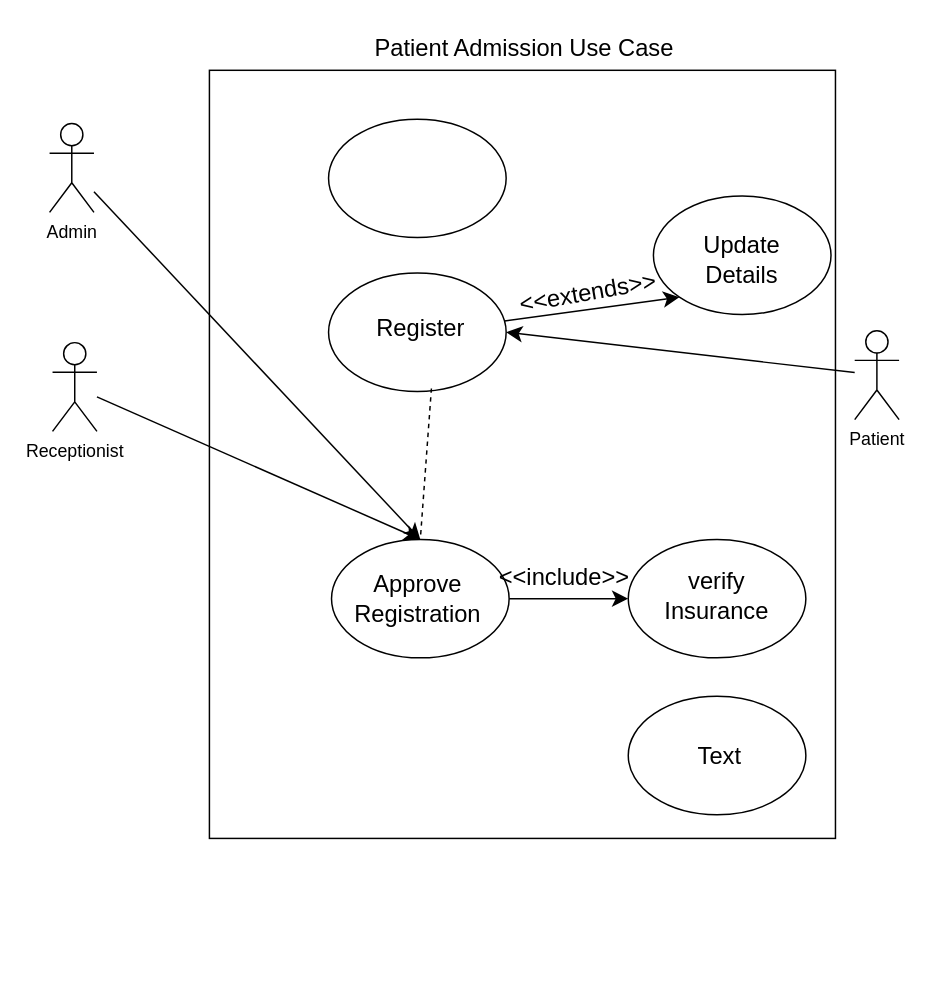
This is page "Page-2" (2 of 2) of UseCaseDiagram.drawio from samoc2023/WebFrameWorkTest, a draw.io file, before an edit. Source tidied: cells renumbered, new cells numbered last; positions are measured from the earlier drawing's top-left corner, leaving out a move shared by most shapes. Both pictures are drawn from the tidied source at 148%, with x=0, y=0 at pixel (49, 25).
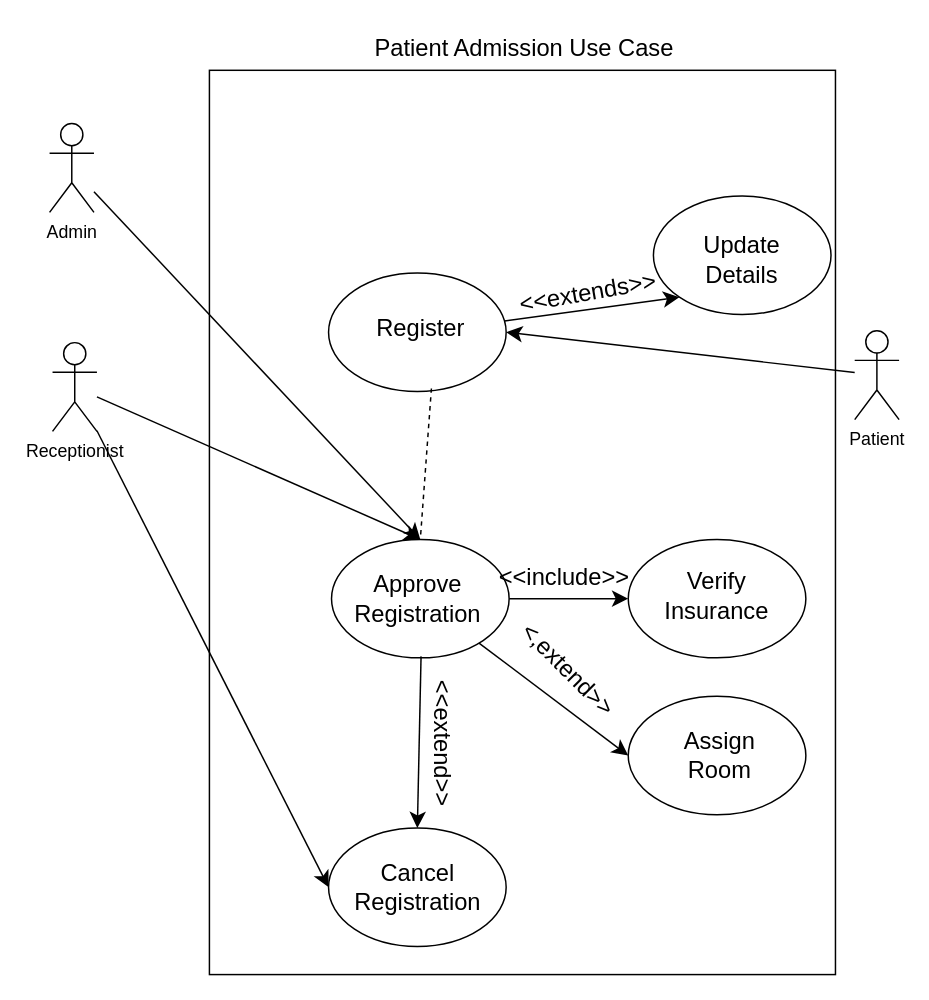
After the change.

Commit message (it also covers changes not shown here):
deliverable 2 fix issues

Unchanged cells that the change refers to:
```xml
<mxCell id="8" style="ellipse;whiteSpace=wrap;html=1;" parent="1" vertex="1">
  <mxGeometry x="190.5" y="347" width="120" height="80" as="geometry" />
</mxCell>
<mxCell id="15" value="Receptionist" style="shape=umlActor;verticalLabelPosition=bottom;verticalAlign=top;html=1;outlineConnect=0;" parent="1" vertex="1">
  <mxGeometry x="2" y="214" width="30" height="60" as="geometry" />
</mxCell>
<mxCell id="24" style="ellipse;whiteSpace=wrap;html=1;" parent="1" vertex="1">
  <mxGeometry x="391" y="453" width="120" height="80" as="geometry" />
</mxCell>
```

Change to the diagram source:
```diff
@@
     <mxCell id="3" style="rounded=0;whiteSpace=wrap;html=1;" parent="1" vertex="1">
-      <mxGeometry x="108" y="30" width="423" height="519" as="geometry" />
+      <mxGeometry x="108" y="30" width="423" height="611" as="geometry" />
     </mxCell>
     <mxCell id="4" style="ellipse;whiteSpace=wrap;html=1;" parent="1" vertex="1">
-      <mxGeometry x="188.5" y="63" width="120" height="80" as="geometry" />
+      <mxGeometry x="188.5" y="542" width="120" height="80" as="geometry" />
     </mxCell>
@@
+    <mxCell id="26" style="edgeStyle=none;curved=1;rounded=0;jettySize=auto;html=1;entryX=0;entryY=0.5;entryDx=0;entryDy=0;fontSize=12;startSize=8;endSize=8;" parent="1" edge="1" source="8" target="24">
+      <mxGeometry relative="1" as="geometry" />
+    </mxCell>
@@
+    <mxCell id="27" style="edgeStyle=none;curved=1;rounded=0;jettySize=auto;html=1;entryX=0;entryY=0.5;entryDx=0;entryDy=0;fontSize=12;startSize=8;endSize=8;" parent="1" edge="1" source="15" target="4">
+      <mxGeometry relative="1" as="geometry" />
+    </mxCell>
@@
+    <mxCell id="28" style="edgeStyle=none;curved=1;rounded=0;jettySize=auto;html=1;entryX=0.5;entryY=0;entryDx=0;entryDy=0;fontSize=12;startSize=8;endSize=8;" parent="1" edge="1" target="4">
+      <mxGeometry relative="1" as="geometry">
+        <mxPoint x="251" y="426" as="sourcePoint" />
+      </mxGeometry>
+    </mxCell>
@@
-    <mxCell id="22" value="verify Insurance" style="text;html=1;align=center;verticalAlign=middle;whiteSpace=wrap;rounded=0;fontSize=16;" parent="1" vertex="1">
+    <mxCell id="22" value="Verify Insurance" style="text;html=1;align=center;verticalAlign=middle;whiteSpace=wrap;rounded=0;fontSize=16;" parent="1" vertex="1">
       <mxGeometry x="421" y="370" width="60" height="30" as="geometry" />
     </mxCell>
@@
-    <mxCell id="25" value="Text" style="text;html=1;align=center;verticalAlign=middle;whiteSpace=wrap;rounded=0;fontSize=16;" parent="1" vertex="1">
+    <mxCell id="25" value="Assign Room" style="text;html=1;align=center;verticalAlign=middle;whiteSpace=wrap;rounded=0;fontSize=16;" parent="1" vertex="1">
       <mxGeometry x="423" y="478" width="60" height="30" as="geometry" />
     </mxCell>
+    <mxCell id="29" value="&amp;lt;,extend&amp;gt;&amp;gt;" style="text;html=1;align=center;verticalAlign=middle;whiteSpace=wrap;rounded=0;fontSize=16;rotation=45;" parent="1" vertex="1">
+      <mxGeometry x="321" y="420" width="60" height="30" as="geometry" />
+    </mxCell>
+    <mxCell id="30" value="&amp;lt;&amp;lt;extend&amp;gt;&amp;gt;" style="text;html=1;align=center;verticalAlign=middle;whiteSpace=wrap;rounded=0;fontSize=16;rotation=90;" parent="1" vertex="1">
+      <mxGeometry x="236" y="470" width="60" height="30" as="geometry" />
+    </mxCell>
+    <mxCell id="31" value="Cancel Registration" style="text;html=1;align=center;verticalAlign=middle;whiteSpace=wrap;rounded=0;fontSize=16;" parent="1" vertex="1">
+      <mxGeometry x="218.5" y="567" width="60" height="30" as="geometry" />
+    </mxCell>
```
